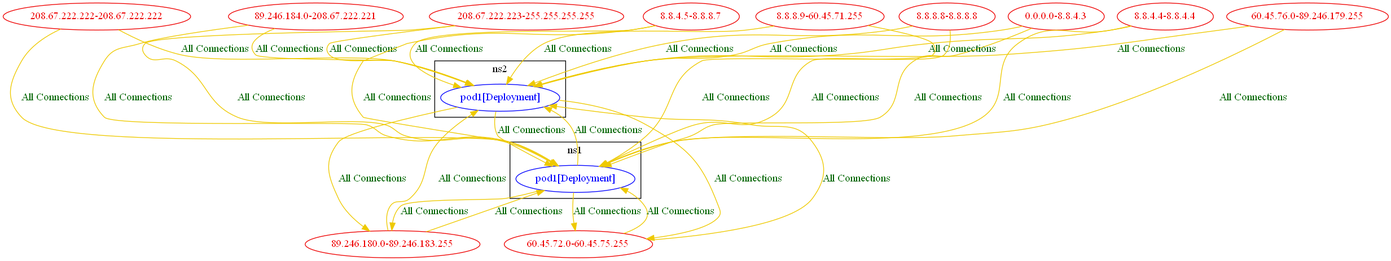
This is test_outputs/connlist/anp_and_banp_using_networks_test_connlist_output.dot.png from np-guard/netpol-analyzer, a Graphviz export, as it was before one commit. Its source is kept beside it as test_outputs/connlist/anp_and_banp_using_networks_test_connlist_output.dot.
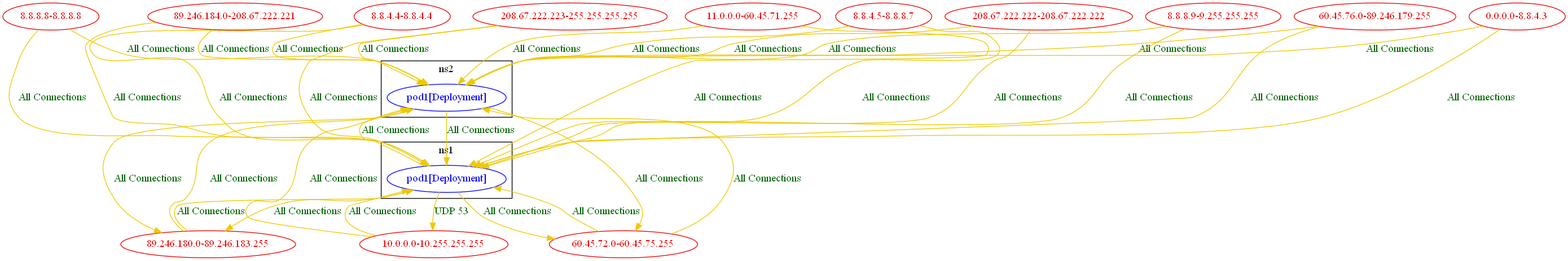
After the commit.

What changed in the source:
```diff
@@ -12,6 +12,8 @@
 		label="ns2"
 	}
 	"0.0.0.0-8.8.4.3" [label="0.0.0.0-8.8.4.3" color="red2" fontcolor="red2"]
+	"10.0.0.0-10.255.255.255" [label="10.0.0.0-10.255.255.255" color="red2" fontcolor="red2"]
+	"11.0.0.0-60.45.71.255" [label="11.0.0.0-60.45.71.255" color="red2" fontcolor="red2"]
 	"208.67.222.222-208.67.222.222" [label="208.67.222.222-208.67.222.222" color="red2" fontcolor="red2"]
 	"208.67.222.223-255.255.255.255" [label="208.67.222.223-255.255.255.255" color="red2" fontcolor="red2"]
 	"60.45.72.0-60.45.75.255" [label="60.45.72.0-60.45.75.255" color="red2" fontcolor="red2"]
@@ -19,11 +21,15 @@
 	"8.8.4.4-8.8.4.4" [label="8.8.4.4-8.8.4.4" color="red2" fontcolor="red2"]
 	"8.8.4.5-8.8.8.7" [label="8.8.4.5-8.8.8.7" color="red2" fontcolor="red2"]
 	"8.8.8.8-8.8.8.8" [label="8.8.8.8-8.8.8.8" color="red2" fontcolor="red2"]
-	"8.8.8.9-60.45.71.255" [label="8.8.8.9-60.45.71.255" color="red2" fontcolor="red2"]
+	"8.8.8.9-9.255.255.255" [label="8.8.8.9-9.255.255.255" color="red2" fontcolor="red2"]
 	"89.246.180.0-89.246.183.255" [label="89.246.180.0-89.246.183.255" color="red2" fontcolor="red2"]
 	"89.246.184.0-208.67.222.221" [label="89.246.184.0-208.67.222.221" color="red2" fontcolor="red2"]
 	"0.0.0.0-8.8.4.3" -> "ns1/pod1[Deployment]" [label="All Connections" color="gold2" fontcolor="darkgreen" weight=0.5]
 	"0.0.0.0-8.8.4.3" -> "ns2/pod1[Deployment]" [label="All Connections" color="gold2" fontcolor="darkgreen" weight=0.5]
+	"10.0.0.0-10.255.255.255" -> "ns1/pod1[Deployment]" [label="All Connections" color="gold2" fontcolor="darkgreen" weight=0.5]
+	"10.0.0.0-10.255.255.255" -> "ns2/pod1[Deployment]" [label="All Connections" color="gold2" fontcolor="darkgreen" weight=0.5]
+	"11.0.0.0-60.45.71.255" -> "ns1/pod1[Deployment]" [label="All Connections" color="gold2" fontcolor="darkgreen" weight=0.5]
+	"11.0.0.0-60.45.71.255" -> "ns2/pod1[Deployment]" [label="All Connections" color="gold2" fontcolor="darkgreen" weight=0.5]
 	"208.67.222.222-208.67.222.222" -> "ns1/pod1[Deployment]" [label="All Connections" color="gold2" fontcolor="darkgreen" weight=0.5]
 	"208.67.222.222-208.67.222.222" -> "ns2/pod1[Deployment]" [label="All Connections" color="gold2" fontcolor="darkgreen" weight=0.5]
 	"208.67.222.223-255.255.255.255" -> "ns1/pod1[Deployment]" [label="All Connections" color="gold2" fontcolor="darkgreen" weight=0.5]
@@ -38,12 +44,13 @@
 	"8.8.4.5-8.8.8.7" -> "ns2/pod1[Deployment]" [label="All Connections" color="gold2" fontcolor="darkgreen" weight=0.5]
 	"8.8.8.8-8.8.8.8" -> "ns1/pod1[Deployment]" [label="All Connections" color="gold2" fontcolor="darkgreen" weight=0.5]
 	"8.8.8.8-8.8.8.8" -> "ns2/pod1[Deployment]" [label="All Connections" color="gold2" fontcolor="darkgreen" weight=0.5]
-	"8.8.8.9-60.45.71.255" -> "ns1/pod1[Deployment]" [label="All Connections" color="gold2" fontcolor="darkgreen" weight=0.5]
-	"8.8.8.9-60.45.71.255" -> "ns2/pod1[Deployment]" [label="All Connections" color="gold2" fontcolor="darkgreen" weight=0.5]
+	"8.8.8.9-9.255.255.255" -> "ns1/pod1[Deployment]" [label="All Connections" color="gold2" fontcolor="darkgreen" weight=0.5]
+	"8.8.8.9-9.255.255.255" -> "ns2/pod1[Deployment]" [label="All Connections" color="gold2" fontcolor="darkgreen" weight=0.5]
 	"89.246.180.0-89.246.183.255" -> "ns1/pod1[Deployment]" [label="All Connections" color="gold2" fontcolor="darkgreen" weight=0.5]
 	"89.246.180.0-89.246.183.255" -> "ns2/pod1[Deployment]" [label="All Connections" color="gold2" fontcolor="darkgreen" weight=0.5]
 	"89.246.184.0-208.67.222.221" -> "ns1/pod1[Deployment]" [label="All Connections" color="gold2" fontcolor="darkgreen" weight=0.5]
 	"89.246.184.0-208.67.222.221" -> "ns2/pod1[Deployment]" [label="All Connections" color="gold2" fontcolor="darkgreen" weight=0.5]
+	"ns1/pod1[Deployment]" -> "10.0.0.0-10.255.255.255" [label="UDP 53" color="gold2" fontcolor="darkgreen" weight=1]
 	"ns1/pod1[Deployment]" -> "60.45.72.0-60.45.75.255" [label="All Connections" color="gold2" fontcolor="darkgreen" weight=1]
 	"ns1/pod1[Deployment]" -> "89.246.180.0-89.246.183.255" [label="All Connections" color="gold2" fontcolor="darkgreen" weight=1]
 	"ns1/pod1[Deployment]" -> "ns2/pod1[Deployment]" [label="All Connections" color="gold2" fontcolor="darkgreen" weight=0.5]
```
